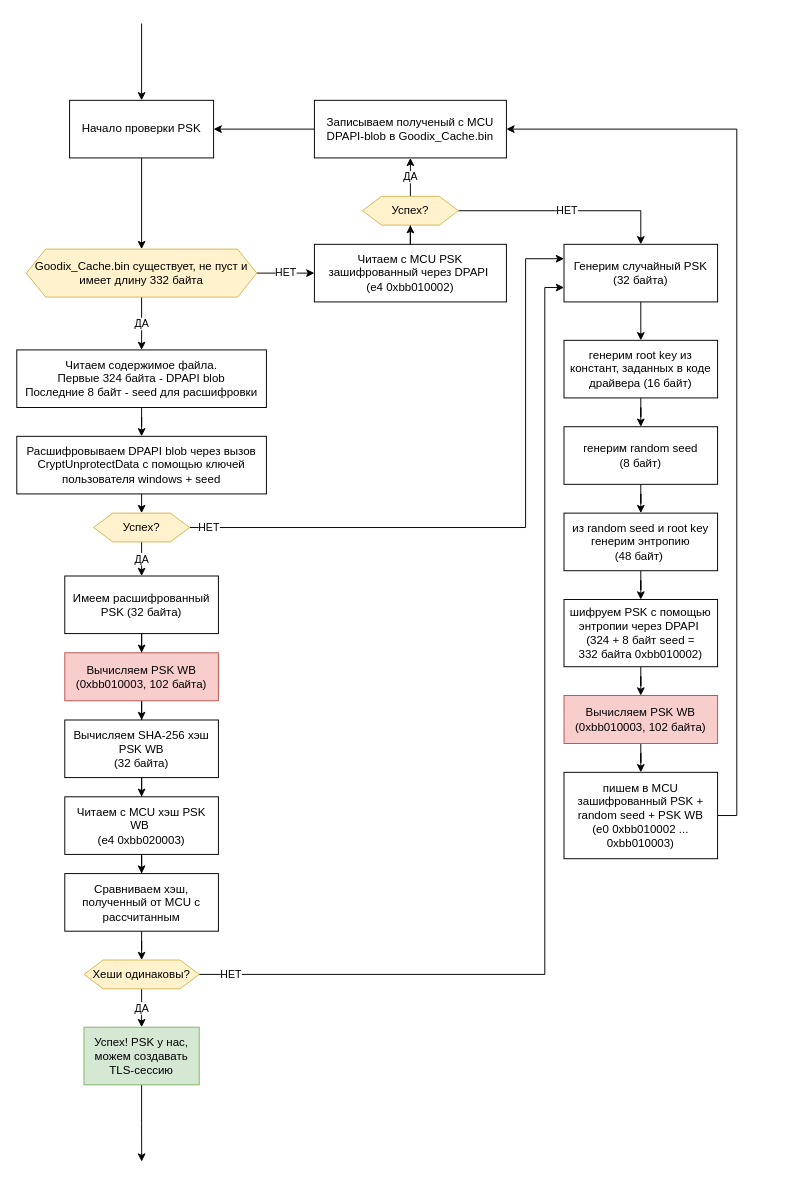
Above: driver flow.drawio in lexakimov/goodix51c0_spi-reversing (draw.io), before the change. Source tidied: cells renumbered, new cells numbered last; positions are measured from the earlier drawing's top-left corner, leaving out a move shared by most shapes. Both pictures are drawn from the tidied source at 96%, with x=0, y=0 at pixel (16, 23).
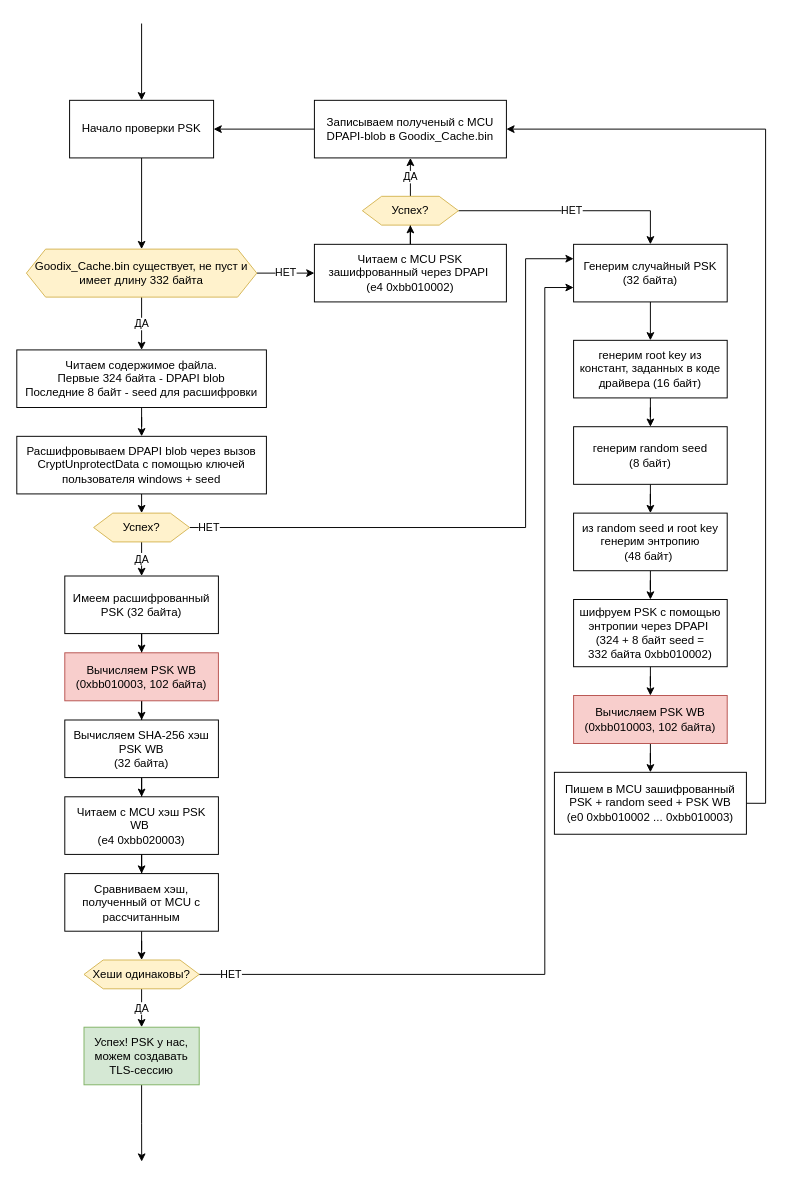
The same diagram, later.

Diff of the diagram source:
```diff
@@
     <mxCell id="38" value="Генерим случайный PSK&lt;div&gt;(32 байта)&lt;/div&gt;" style="rounded=0;whiteSpace=wrap;html=1;" parent="1" vertex="1">
-      <mxGeometry x="570" y="230" width="160" height="60" as="geometry" />
+      <mxGeometry x="580" y="230" width="160" height="60" as="geometry" />
     </mxCell>
@@
     <mxCell id="40" value="генерим root key из констант, заданных в коде драйвера (16 байт)" style="rounded=0;whiteSpace=wrap;html=1;" parent="1" vertex="1">
-      <mxGeometry x="570" y="330" width="160" height="60" as="geometry" />
+      <mxGeometry x="580" y="330" width="160" height="60" as="geometry" />
     </mxCell>
@@
     <mxCell id="42" value="генерим random seed&lt;div&gt;(8 байт)&lt;/div&gt;" style="rounded=0;whiteSpace=wrap;html=1;" parent="1" vertex="1">
-      <mxGeometry x="570" y="420" width="160" height="60" as="geometry" />
+      <mxGeometry x="580" y="420" width="160" height="60" as="geometry" />
     </mxCell>
@@
     <mxCell id="44" value="из random seed и root key генерим энтропию&lt;div&gt;(48 байт)&amp;nbsp;&lt;/div&gt;" style="rounded=0;whiteSpace=wrap;html=1;" parent="1" vertex="1">
-      <mxGeometry x="570" y="510" width="160" height="60" as="geometry" />
+      <mxGeometry x="580" y="510" width="160" height="60" as="geometry" />
     </mxCell>
@@
     <mxCell id="46" value="шифруем PSK с помощью энтропии через DPAPI&amp;nbsp;&lt;div&gt;(324 + 8 байт seed =&lt;/div&gt;&lt;div&gt;332 байта 0xbb010002)&lt;/div&gt;" style="rounded=0;whiteSpace=wrap;html=1;" parent="1" vertex="1">
-      <mxGeometry x="570" y="600" width="160" height="70" as="geometry" />
+      <mxGeometry x="580" y="600" width="160" height="70" as="geometry" />
     </mxCell>
@@
     <mxCell id="48" value="Вычисляем PSK WB&lt;br&gt;&lt;div&gt;(0xbb010003, 102 байта)&lt;/div&gt;" style="rounded=0;whiteSpace=wrap;html=1;fillColor=#f8cecc;strokeColor=#b85450;" parent="1" vertex="1">
-      <mxGeometry x="570" y="700" width="160" height="50" as="geometry" />
+      <mxGeometry x="580" y="700" width="160" height="50" as="geometry" />
     </mxCell>
@@
-    <mxCell id="50" value="пишем в MCU зашифрованный PSK + random seed + PSK WB&lt;div&gt;(e0 0xbb010002 ... 0xbb010003)&lt;/div&gt;" style="rounded=0;whiteSpace=wrap;html=1;" parent="1" vertex="1">
-      <mxGeometry x="570" y="780" width="160" height="90" as="geometry" />
+    <mxCell id="50" value="Пишем в MCU зашифрованный PSK + random seed + PSK WB&lt;div&gt;(e0 0xbb010002 ... 0xbb010003)&lt;/div&gt;" style="rounded=0;whiteSpace=wrap;html=1;" parent="1" vertex="1">
+      <mxGeometry x="560" y="780" width="200" height="64.5" as="geometry" />
     </mxCell>
```
